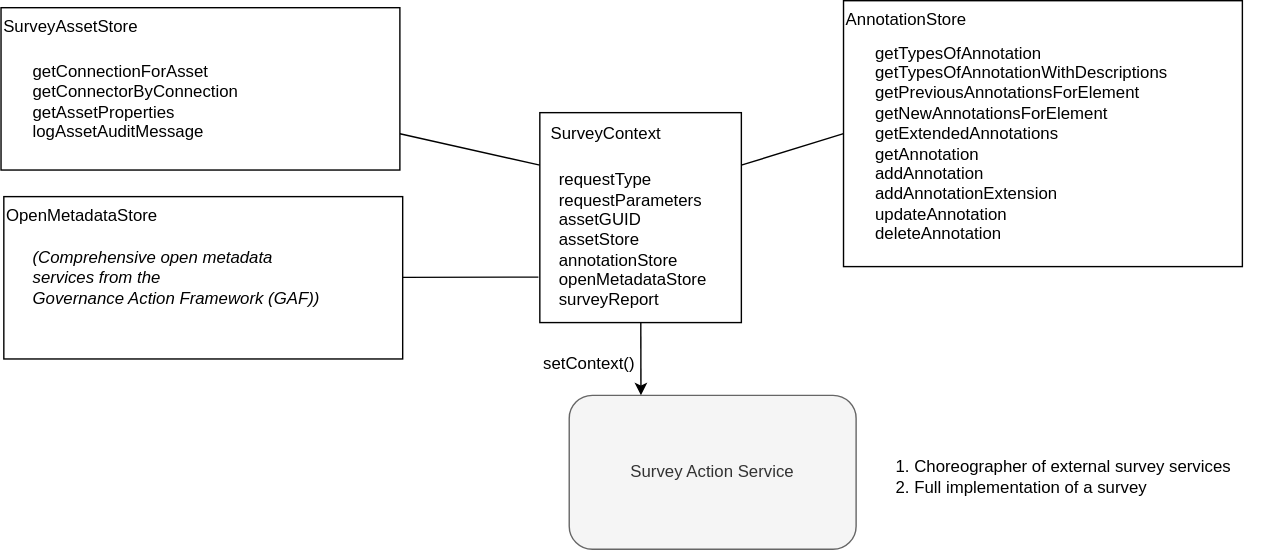
Earlier version of the draw.io export site/docs/frameworks/saf/survey-context.svg (odpi/egeria-docs). Source tidied: cells renumbered, new cells last; positions are measured from the earlier drawing's top-left corner, leaving out a move shared by most shapes.
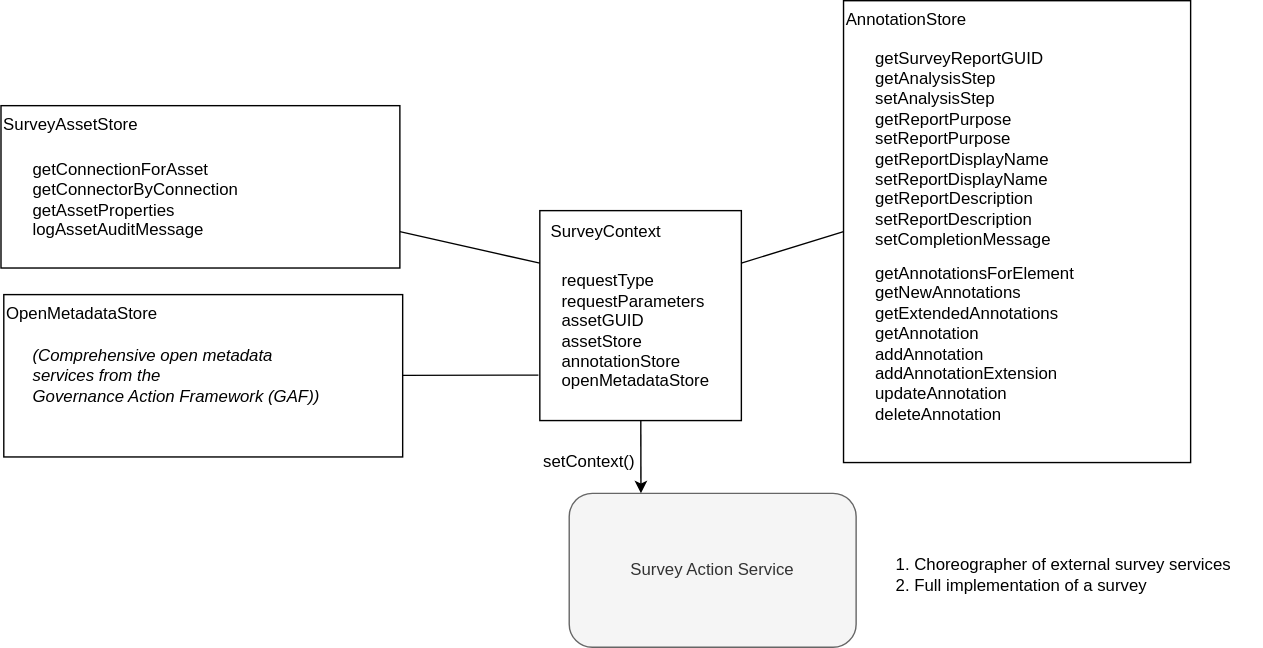
Later version of the same file.

Change to the diagram source:
```diff
@@ -11,8 +11,8 @@
     <mxCell id="4" style="rounded=0;jettySize=auto;html=1;entryX=0.25;entryY=0;entryDx=0;entryDy=0;" parent="1" edge="1" source="2" target="3">
       <mxGeometry relative="1" as="geometry" />
     </mxCell>
-    <mxCell id="5" value="requestType&lt;br&gt;requestParameters&lt;br&gt;assetGUID&lt;br&gt;assetStore&lt;br&gt;annotationStore&lt;br&gt;openMetadataStore&lt;br&gt;surveyReport" style="text;html=1;align=left;verticalAlign=middle;perimeterSpacing=3;" parent="1" vertex="1">
-      <mxGeometry x="397" y="116" width="130" height="110" as="geometry" />
+    <mxCell id="5" value="requestType&lt;br&gt;requestParameters&lt;br&gt;assetGUID&lt;br&gt;assetStore&lt;br&gt;annotationStore&lt;br&gt;openMetadataStore" style="text;html=1;align=left;verticalAlign=middle;perimeterSpacing=3;" parent="1" vertex="1">
+      <mxGeometry x="399" y="116" width="130" height="100" as="geometry" />
     </mxCell>
     <mxCell id="6" value="SurveyContext" style="text;html=1;align=center;verticalAlign=middle;" parent="1" vertex="1">
       <mxGeometry x="382" y="80" width="100" height="30" as="geometry" />
@@ -47,10 +47,13 @@
       <mxGeometry relative="1" as="geometry" />
     </mxCell>
     <mxCell id="16" value="AnnotationStore" style="rounded=0;whiteSpace=wrap;html=1;strokeColor=#000000;strokeWidth=1;align=left;verticalAlign=top;" parent="1" vertex="1">
-      <mxGeometry x="602" width="285" height="190" as="geometry" />
+      <mxGeometry x="602" y="-70" width="248" height="330" as="geometry" />
     </mxCell>
-    <mxCell id="17" value="getTypesOfAnnotation&lt;br&gt;getTypesOfAnnotationWithDescriptions&lt;br&gt;getPreviousAnnotationsForElement&lt;br&gt;getNewAnnotationsForElement&lt;br&gt;getExtendedAnnotations&lt;br&gt;getAnnotation&lt;br&gt;addAnnotation&lt;br&gt;addAnnotationExtension&lt;br style=&quot;border-color: var(--border-color);&quot;&gt;updateAnnotation&lt;br&gt;deleteAnnotation" style="text;html=1;align=left;verticalAlign=middle;" parent="1" vertex="1">
-      <mxGeometry x="623" y="22" width="230" height="160" as="geometry" />
+    <mxCell id="17" value="getAnnotationsForElement&lt;br&gt;getNewAnnotations&lt;br&gt;getExtendedAnnotations&lt;br&gt;getAnnotation&lt;br&gt;addAnnotation&lt;br&gt;addAnnotationExtension&lt;br style=&quot;border-color: var(--border-color);&quot;&gt;updateAnnotation&lt;br&gt;deleteAnnotation" style="text;html=1;align=left;verticalAlign=middle;" parent="1" vertex="1">
+      <mxGeometry x="623" y="110" width="170" height="130" as="geometry" />
     </mxCell>
+    <mxCell id="18" value="getSurveyReportGUID&lt;br&gt;getAnalysisStep&lt;br&gt;setAnalysisStep&lt;br&gt;getReportPurpose&lt;br&gt;setReportPurpose&lt;br&gt;getReportDisplayName&lt;br&gt;setReportDisplayName&lt;br&gt;getReportDescription&lt;br&gt;setReportDescription&lt;br&gt;setCompletionMessage" style="text;html=1;align=left;verticalAlign=middle;" parent="1" vertex="1">
+      <mxGeometry x="623" y="-44" width="150" height="160" as="geometry" />
+    </mxCell>
   </root>
 </mxGraphModel>
```
